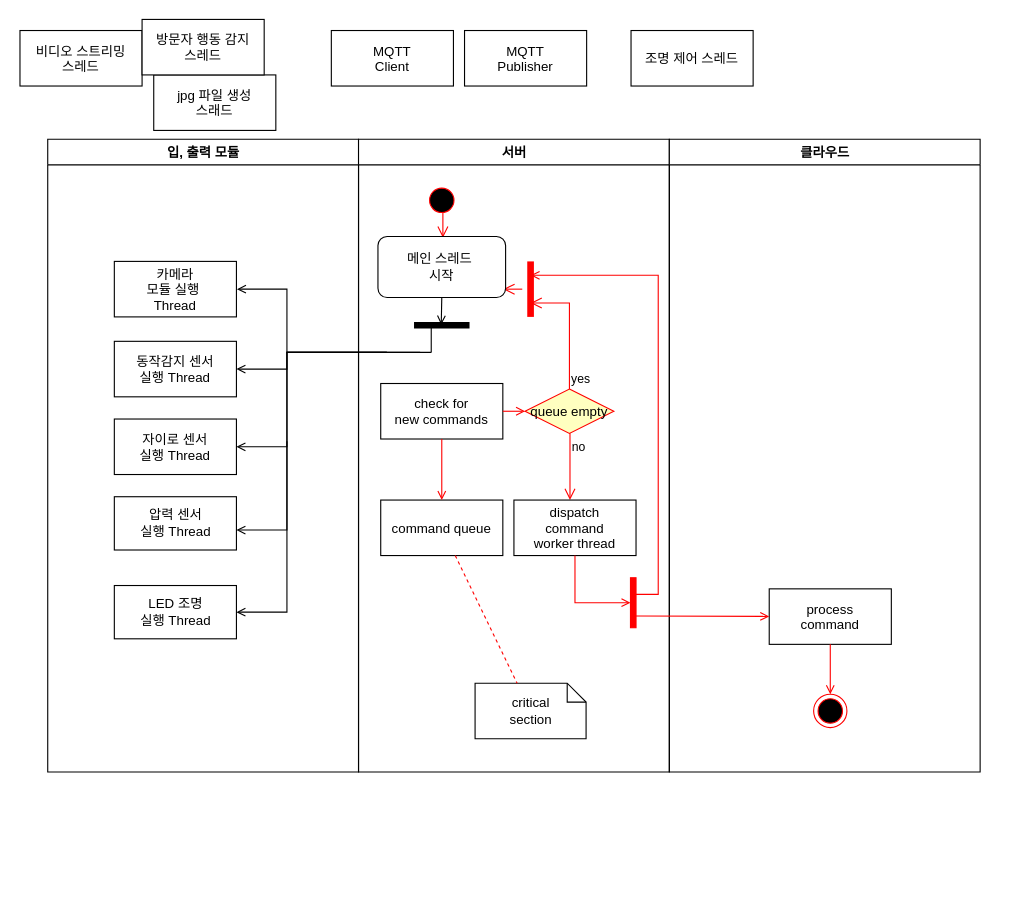
Earlier version of the draw.io diagram IoT/Untitled Diagram.drawio (woorim1022/TIL). Source tidied: cells renumbered, new cells numbered last; positions are measured from the earlier drawing's top-left corner, leaving out a move shared by most shapes. Both pictures are drawn from the tidied source at 111%, with x=0, y=0 at pixel (-36, 19).
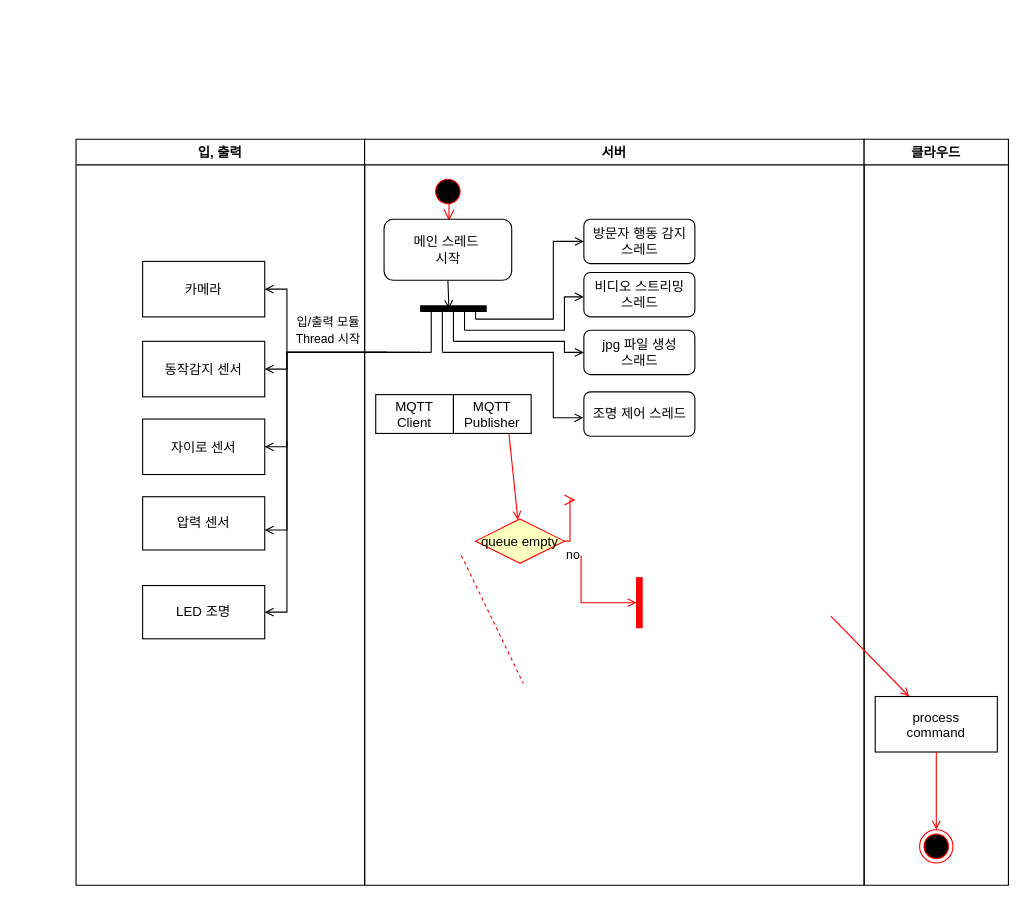
The same page after the edit.

Unchanged cells that the change refers to:
```xml
<mxCell id="23" style="whiteSpace=wrap;strokeColor=#FF0000;fillColor=#FF0000;" parent="8" vertex="1">
  <mxGeometry x="245" y="395" width="5" height="45" as="geometry" />
</mxCell>
```

Change to the diagram source:
```diff
@@
-    <mxCell id="2" value="입, 출력 모듈" style="swimlane;whiteSpace=wrap;" parent="1" vertex="1">
-      <mxGeometry x="74.5" y="108" width="280" height="570" as="geometry" />
+    <mxCell id="2" value="입, 출력" style="swimlane;whiteSpace=wrap;" parent="1" vertex="1">
+      <mxGeometry x="100" y="108" width="260" height="672" as="geometry" />
     </mxCell>
-    <mxCell id="3" value="카메라&#10;모듈 실행 &#10;Thread" parent="2" vertex="1">
+    <mxCell id="3" value="카메라" parent="2" vertex="1">
       <mxGeometry x="60" y="110" width="110" height="50" as="geometry" />
     </mxCell>
-    <mxCell id="4" value="동작감지 센서&#10;실행 Thread" parent="2" vertex="1">
+    <mxCell id="4" value="동작감지 센서" parent="2" vertex="1">
       <mxGeometry x="60" y="182" width="110" height="50" as="geometry" />
     </mxCell>
-    <mxCell id="5" value="자이로 센서&#10;실행 Thread" parent="2" vertex="1">
+    <mxCell id="5" value="자이로 센서" parent="2" vertex="1">
       <mxGeometry x="60" y="252" width="110" height="50" as="geometry" />
     </mxCell>
-    <mxCell id="6" value="압력 센서&lt;br&gt;실행&amp;nbsp;&lt;span&gt;Thread&lt;/span&gt;" style="rounded=0;whiteSpace=wrap;html=1;" parent="2" vertex="1">
+    <mxCell id="6" value="압력 센서" style="rounded=0;whiteSpace=wrap;html=1;" parent="2" vertex="1">
       <mxGeometry x="60" y="322" width="110" height="48" as="geometry" />
     </mxCell>
-    <mxCell id="7" value="LED 조명&lt;br&gt;실행&amp;nbsp;&lt;span&gt;Thread&lt;/span&gt;" style="rounded=0;whiteSpace=wrap;html=1;" parent="2" vertex="1">
+    <mxCell id="7" value="LED 조명" style="rounded=0;whiteSpace=wrap;html=1;" parent="2" vertex="1">
       <mxGeometry x="60" y="402" width="110" height="48" as="geometry" />
     </mxCell>
+    <mxCell id="46" value="&lt;font style=&quot;font-size: 11px&quot;&gt;입/출력 모듈 Thread 시작&lt;/font&gt;" style="text;html=1;strokeColor=none;fillColor=none;align=center;verticalAlign=middle;whiteSpace=wrap;rounded=0;" parent="2" vertex="1">
+      <mxGeometry x="190" y="162" width="74.5" height="20" as="geometry" />
+    </mxCell>
     <mxCell id="8" value="서버" style="swimlane;whiteSpace=wrap;startSize=23;" parent="1" vertex="1">
-      <mxGeometry x="354.5" y="108" width="280" height="570" as="geometry" />
+      <mxGeometry x="360" y="108" width="450" height="672" as="geometry" />
     </mxCell>
@@
-    <mxCell id="10" value="check for &#10;new commands" parent="8" vertex="1">
-      <mxGeometry x="20" y="220" width="110" height="50" as="geometry" />
-    </mxCell>
     <mxCell id="11" style="endArrow=open;strokeColor=#000000;endFill=1;rounded=0;exitX=0.5;exitY=1;exitDx=0;exitDy=0;" parent="8" edge="1" source="25">
       <mxGeometry relative="1" as="geometry">
-        <mxPoint x="74.5" y="167" as="targetPoint" />
+        <mxPoint x="76" y="153" as="targetPoint" />
         <Array as="points">
-          <mxPoint x="74.5" y="142" />
+          <mxPoint x="76" y="153" />
         </Array>
       </mxGeometry>
     </mxCell>
-    <mxCell id="12" value="command queue" parent="8" vertex="1">
-      <mxGeometry x="20" y="325" width="110" height="50" as="geometry" />
-    </mxCell>
-    <mxCell id="13" style="endArrow=open;strokeColor=#FF0000;endFill=1;rounded=0;" parent="8" edge="1" source="10" target="12">
-      <mxGeometry relative="1" as="geometry" />
-    </mxCell>
     <mxCell id="14" value="queue empty" style="rhombus;fillColor=#ffffc0;strokeColor=#ff0000;" parent="8" vertex="1">
-      <mxGeometry x="150" y="225" width="80" height="40" as="geometry" />
+      <mxGeometry x="100" y="342" width="80" height="40" as="geometry" />
     </mxCell>
-    <mxCell id="15" value="yes" style="edgeStyle=elbowEdgeStyle;elbow=horizontal;align=left;verticalAlign=bottom;endArrow=open;endSize=8;strokeColor=#FF0000;exitX=0.5;exitY=0;endFill=1;rounded=0;entryX=0.75;entryY=0.5;entryPerimeter=0;" parent="8" edge="1" source="14" target="18">
-      <mxGeometry x="-1" relative="1" as="geometry">
-        <Array as="points">
-          <mxPoint x="190" y="180" />
-        </Array>
-      </mxGeometry>
-    </mxCell>
-    <mxCell id="16" value="no" style="edgeStyle=elbowEdgeStyle;elbow=horizontal;align=left;verticalAlign=top;endArrow=open;endSize=8;strokeColor=#FF0000;endFill=1;rounded=0;" parent="8" edge="1" source="14" target="20">
-      <mxGeometry x="-1" relative="1" as="geometry" />
+    <mxCell id="16" value="no" style="edgeStyle=elbowEdgeStyle;elbow=horizontal;align=left;verticalAlign=top;endArrow=open;endSize=8;strokeColor=#FF0000;endFill=1;rounded=0;" parent="8" edge="1" source="14">
+      <mxGeometry x="-1" relative="1" as="geometry">
+        <mxPoint x="190" y="325" as="targetPoint" />
+      </mxGeometry>
     </mxCell>
-    <mxCell id="17" style="endArrow=open;strokeColor=#FF0000;endFill=1;rounded=0;" parent="8" edge="1" source="10" target="14">
-      <mxGeometry relative="1" as="geometry" />
+    <mxCell id="17" style="endArrow=open;strokeColor=#FF0000;endFill=1;rounded=0;" parent="8" edge="1" target="14">
+      <mxGeometry relative="1" as="geometry">
+        <mxPoint x="127.5" y="240.7" as="sourcePoint" />
+      </mxGeometry>
     </mxCell>
-    <mxCell id="18" style="shape=line;strokeWidth=6;strokeColor=#ff0000;rotation=90;" parent="8" vertex="1">
-      <mxGeometry x="130" y="127.5" width="50" height="15" as="geometry" />
-    </mxCell>
-    <mxCell id="19" style="edgeStyle=elbowEdgeStyle;elbow=horizontal;verticalAlign=bottom;endArrow=open;endSize=8;strokeColor=#FF0000;endFill=1;rounded=0;" parent="8" edge="1" source="18">
-      <mxGeometry x="130" y="90" as="geometry">
-        <mxPoint x="130" y="135" as="targetPoint" />
-      </mxGeometry>
-    </mxCell>
-    <mxCell id="20" value="dispatch&#10;command&#10;worker thread" parent="8" vertex="1">
-      <mxGeometry x="140" y="325" width="110" height="50" as="geometry" />
-    </mxCell>
-    <mxCell id="21" value="critical&#10;section" style="shape=note;whiteSpace=wrap;size=17;" parent="8" vertex="1">
-      <mxGeometry x="105" y="490" width="100" height="50" as="geometry" />
-    </mxCell>
-    <mxCell id="22" style="endArrow=none;strokeColor=#FF0000;endFill=0;rounded=0;dashed=1;" parent="8" edge="1" source="12" target="21">
-      <mxGeometry relative="1" as="geometry" />
+    <mxCell id="22" style="endArrow=none;strokeColor=#FF0000;endFill=0;rounded=0;dashed=1;" parent="8" edge="1">
+      <mxGeometry relative="1" as="geometry">
+        <mxPoint x="87.1" y="375" as="sourcePoint" />
+        <mxPoint x="142.9" y="490" as="targetPoint" />
+      </mxGeometry>
     </mxCell>
@@
-    <mxCell id="24" style="edgeStyle=elbowEdgeStyle;elbow=horizontal;entryX=0;entryY=0.5;strokeColor=#FF0000;endArrow=open;endFill=1;rounded=0;" parent="8" edge="1" source="20" target="23">
+    <mxCell id="24" style="edgeStyle=elbowEdgeStyle;elbow=horizontal;entryX=0;entryY=0.5;strokeColor=#FF0000;endArrow=open;endFill=1;rounded=0;" parent="8" edge="1" target="23">
       <mxGeometry relative="1" as="geometry">
+        <mxPoint x="195" y="375" as="sourcePoint" />
         <Array as="points">
           <mxPoint x="195" y="400" />
         </Array>
       </mxGeometry>
     </mxCell>
     <mxCell id="25" value="메인 스레드&amp;nbsp;&lt;br&gt;시작" style="rounded=1;whiteSpace=wrap;html=1;" parent="8" vertex="1">
-      <mxGeometry x="17.5" y="87.5" width="115" height="55" as="geometry" />
+      <mxGeometry x="17.5" y="72" width="115" height="55" as="geometry" />
     </mxCell>
     <mxCell id="26" style="shape=line;strokeWidth=6;strokeColor=#000000;rotation=0;fillColor=#FFFFFF;" parent="8" vertex="1">
-      <mxGeometry x="50" y="160" width="50" height="15" as="geometry" />
+      <mxGeometry x="50" y="145" width="60" height="15" as="geometry" />
     </mxCell>
     <mxCell id="27" style="ellipse;shape=startState;fillColor=#000000;strokeColor=#ff0000;" parent="8" vertex="1">
-      <mxGeometry x="60" y="40" width="30" height="30" as="geometry" />
+      <mxGeometry x="60" y="32" width="30" height="30" as="geometry" />
     </mxCell>
-    <mxCell id="28" style="endArrow=none;html=1;" parent="8" edge="1">
+    <mxCell id="28" style="endArrow=none;html=1;entryX=0.167;entryY=0.5;entryDx=0;entryDy=0;entryPerimeter=0;" parent="8" edge="1" target="26">
       <mxGeometry relative="1" as="geometry">
-        <mxPoint x="65.5" y="192" as="sourcePoint" />
-        <mxPoint x="65.5" y="169" as="targetPoint" />
+        <mxPoint x="60" y="192" as="sourcePoint" />
       </mxGeometry>
     </mxCell>
+    <mxCell id="40" value="MQTT&#10;Client" parent="8" vertex="1">
+      <mxGeometry x="10" y="230" width="70" height="35" as="geometry" />
+    </mxCell>
+    <mxCell id="41" value="MQTT&#10;Publisher" parent="8" vertex="1">
+      <mxGeometry x="80" y="230" width="70" height="35" as="geometry" />
+    </mxCell>
+    <mxCell id="42" value="비디오 스트리밍&lt;br style=&quot;padding: 0px ; margin: 0px&quot;&gt;스레드" style="rounded=1;whiteSpace=wrap;html=1;strokeColor=#000000;fillColor=#FFFFFF;" parent="8" vertex="1">
+      <mxGeometry x="197.5" y="120" width="100" height="40" as="geometry" />
+    </mxCell>
+    <mxCell id="44" value="방문자 행동 감지&lt;br style=&quot;padding: 0px ; margin: 0px&quot;&gt;스레드" style="rounded=1;whiteSpace=wrap;html=1;strokeColor=#000000;fillColor=#FFFFFF;" parent="8" vertex="1">
+      <mxGeometry x="197.5" y="72" width="100" height="40" as="geometry" />
+    </mxCell>
+    <mxCell id="43" value="jpg 파일 생성&lt;br style=&quot;padding: 0px ; margin: 0px&quot;&gt;스래드" style="rounded=1;whiteSpace=wrap;html=1;strokeColor=#000000;fillColor=#FFFFFF;" parent="8" vertex="1">
+      <mxGeometry x="197.5" y="172" width="100" height="40" as="geometry" />
+    </mxCell>
+    <mxCell id="45" value="조명 제어 스레드" style="rounded=1;whiteSpace=wrap;html=1;strokeColor=#000000;fillColor=#FFFFFF;" parent="8" vertex="1">
+      <mxGeometry x="197.5" y="227.5" width="100" height="40" as="geometry" />
+    </mxCell>
+    <mxCell id="47" style="edgeStyle=elbowEdgeStyle;elbow=horizontal;strokeColor=#000000;endArrow=open;endFill=1;rounded=0;entryX=-0.005;entryY=0.584;entryDx=0;entryDy=0;entryPerimeter=0;" parent="8" edge="1" target="45">
+      <mxGeometry relative="1" as="geometry">
+        <mxPoint x="70" y="192" as="sourcePoint" />
+        <Array as="points">
+          <mxPoint x="170" y="242" />
+          <mxPoint x="180" y="292" />
+          <mxPoint x="270" y="322" />
+          <mxPoint x="180" y="302" />
+          <mxPoint x="-5.5" y="390" />
+        </Array>
+      </mxGeometry>
+    </mxCell>
+    <mxCell id="48" style="edgeStyle=elbowEdgeStyle;elbow=horizontal;strokeColor=#000000;endArrow=open;endFill=1;rounded=0;entryX=0;entryY=0.5;entryDx=0;entryDy=0;" parent="8" edge="1" target="43">
+      <mxGeometry relative="1" as="geometry">
+        <mxPoint x="80" y="182" as="sourcePoint" />
+        <Array as="points">
+          <mxPoint x="180" y="212" />
+          <mxPoint x="180" y="249" />
+          <mxPoint x="180" y="219" />
+          <mxPoint x="270" y="249" />
+          <mxPoint x="180" y="229" />
+          <mxPoint x="-5.5" y="317" />
+        </Array>
+      </mxGeometry>
+    </mxCell>
+    <mxCell id="49" style="edgeStyle=elbowEdgeStyle;elbow=horizontal;strokeColor=#000000;endArrow=open;endFill=1;rounded=0;entryX=0;entryY=0.5;entryDx=0;entryDy=0;" parent="8" edge="1" target="44">
+      <mxGeometry relative="1" as="geometry">
+        <mxPoint x="100" y="162" as="sourcePoint" />
+        <Array as="points">
+          <mxPoint x="170" y="132" />
+          <mxPoint x="180" y="172" />
+          <mxPoint x="180" y="133" />
+          <mxPoint x="180" y="149" />
+          <mxPoint x="180" y="119" />
+          <mxPoint x="270" y="149" />
+          <mxPoint x="180" y="129" />
+          <mxPoint x="-5.5" y="217" />
+        </Array>
+      </mxGeometry>
+    </mxCell>
+    <mxCell id="50" style="endArrow=none;html=1;" parent="8" edge="1">
+      <mxGeometry relative="1" as="geometry">
+        <mxPoint x="80" y="182" as="sourcePoint" />
+        <mxPoint x="80" y="152" as="targetPoint" />
+      </mxGeometry>
+    </mxCell>
+    <mxCell id="51" style="endArrow=none;html=1;" parent="8" edge="1">
+      <mxGeometry relative="1" as="geometry">
+        <mxPoint x="90" y="172" as="sourcePoint" />
+        <mxPoint x="90" y="152" as="targetPoint" />
+      </mxGeometry>
+    </mxCell>
+    <mxCell id="52" style="endArrow=none;html=1;" parent="8" edge="1">
+      <mxGeometry relative="1" as="geometry">
+        <mxPoint x="100" y="162" as="sourcePoint" />
+        <mxPoint x="100" y="152" as="targetPoint" />
+      </mxGeometry>
+    </mxCell>
     <mxCell id="29" value="클라우드" style="swimlane;whiteSpace=wrap;" parent="1" vertex="1">
-      <mxGeometry x="634.5" y="108" width="280" height="570" as="geometry" />
+      <mxGeometry x="810" y="108" width="130" height="672" as="geometry" />
     </mxCell>
     <mxCell id="30" value="process&#10;command" parent="29" vertex="1">
-      <mxGeometry x="90" y="405" width="110" height="50" as="geometry" />
+      <mxGeometry x="10" y="502" width="110" height="50" as="geometry" />
     </mxCell>
-    <mxCell id="31" style="edgeStyle=elbowEdgeStyle;elbow=horizontal;strokeColor=#FF0000;endArrow=open;endFill=1;rounded=0;entryX=0.25;entryY=0.5;entryPerimeter=0;" parent="29" edge="1" target="18">
-      <mxGeometry relative="1" as="geometry">
-        <mxPoint x="-30" y="410" as="sourcePoint" />
-        <Array as="points">
-          <mxPoint x="-10" y="135" />
-        </Array>
-      </mxGeometry>
-    </mxCell>
@@
     <mxCell id="33" style="ellipse;shape=endState;fillColor=#000000;strokeColor=#ff0000;" parent="29" vertex="1">
-      <mxGeometry x="130" y="500" width="30" height="30" as="geometry" />
+      <mxGeometry x="50" y="622" width="30" height="30" as="geometry" />
     </mxCell>
@@
-    <mxCell id="35" style="edgeStyle=elbowEdgeStyle;elbow=horizontal;strokeColor=#000000;endArrow=open;endFill=1;rounded=0;" parent="1" edge="1">
+    <mxCell id="35" style="edgeStyle=elbowEdgeStyle;elbow=horizontal;strokeColor=#000000;endArrow=open;endFill=1;rounded=0;entryX=1;entryY=0.5;entryDx=0;entryDy=0;" parent="1" edge="1" target="3">
       <mxGeometry relative="1" as="geometry">
         <mxPoint x="420" y="300" as="sourcePoint" />
-        <mxPoint x="245" y="243" as="targetPoint" />
         <Array as="points">
           <mxPoint x="290" y="274" />
           <mxPoint x="290" y="290" />
           <mxPoint x="290" y="260" />
           <mxPoint x="380" y="290" />
           <mxPoint x="290" y="270" />
           <mxPoint x="104.5" y="358" />
         </Array>
       </mxGeometry>
     </mxCell>
@@
-    <mxCell id="40" value="MQTT&#10;Client" parent="1" vertex="1">
-      <mxGeometry x="330" y="10" width="110" height="50" as="geometry" />
-    </mxCell>
-    <mxCell id="41" value="MQTT&#10;Publisher" parent="1" vertex="1">
-      <mxGeometry x="450" y="10" width="110" height="50" as="geometry" />
-    </mxCell>
-    <mxCell id="42" value="비디오 스트리밍&#10;스레드" parent="1" vertex="1">
-      <mxGeometry x="49.5" y="10" width="110" height="50" as="geometry" />
-    </mxCell>
-    <mxCell id="43" value="jpg 파일 생성 &#10;스래드" parent="1" vertex="1">
-      <mxGeometry x="170" y="50" width="110" height="50" as="geometry" />
-    </mxCell>
-    <mxCell id="44" value="방문자 행동 감지&#10;스레드" parent="1" vertex="1">
-      <mxGeometry x="159.5" width="110" height="50" as="geometry" />
-    </mxCell>
-    <mxCell id="45" value="조명 제어 스레드" parent="1" vertex="1">
-      <mxGeometry x="600" y="10" width="110" height="50" as="geometry" />
-    </mxCell>
+    <mxCell id="53" style="edgeStyle=elbowEdgeStyle;elbow=horizontal;strokeColor=#000000;endArrow=open;endFill=1;rounded=0;entryX=0;entryY=0.5;entryDx=0;entryDy=0;" parent="1" edge="1">
+      <mxGeometry relative="1" as="geometry">
+        <mxPoint x="450" y="280" as="sourcePoint" />
+        <mxPoint x="557.5" y="250" as="targetPoint" />
+        <Array as="points">
+          <mxPoint x="540" y="291" />
+          <mxPoint x="540" y="307" />
+          <mxPoint x="540" y="277" />
+          <mxPoint x="630" y="307" />
+          <mxPoint x="540" y="287" />
+          <mxPoint x="354.5" y="375" />
+        </Array>
+      </mxGeometry>
+    </mxCell>
+    <mxCell id="54" style="endArrow=none;html=1;entryX=0.167;entryY=0.5;entryDx=0;entryDy=0;entryPerimeter=0;" parent="1" edge="1">
+      <mxGeometry relative="1" as="geometry">
+        <mxPoint x="430" y="299.5" as="sourcePoint" />
+        <mxPoint x="430" y="260" as="targetPoint" />
+        <Array as="points">
+          <mxPoint x="430" y="269.5" />
+        </Array>
+      </mxGeometry>
+    </mxCell>
```
